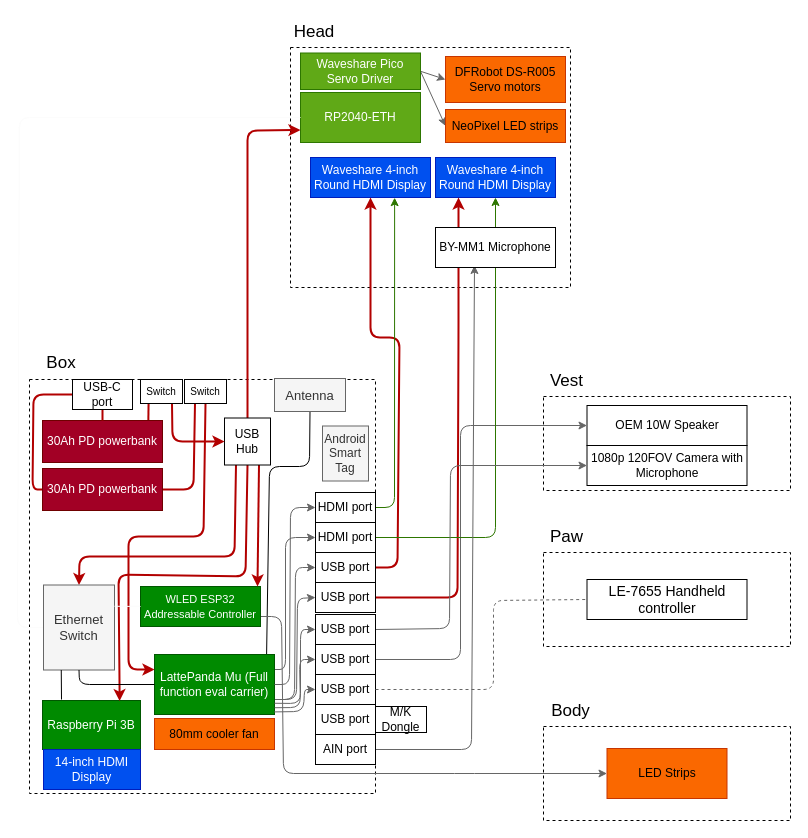
Before: Planning/Hardware.drawio in MekhyW/DYNAMO-Electronic-Fursuit-3.0, a draw.io diagram. Source tidied: cells renumbered, new cells numbered last; positions are measured from the earlier drawing's top-left corner, leaving out a move shared by most shapes. Both pictures are drawn from the tidied source at 100%, with x=0, y=0 at pixel (17, 17).
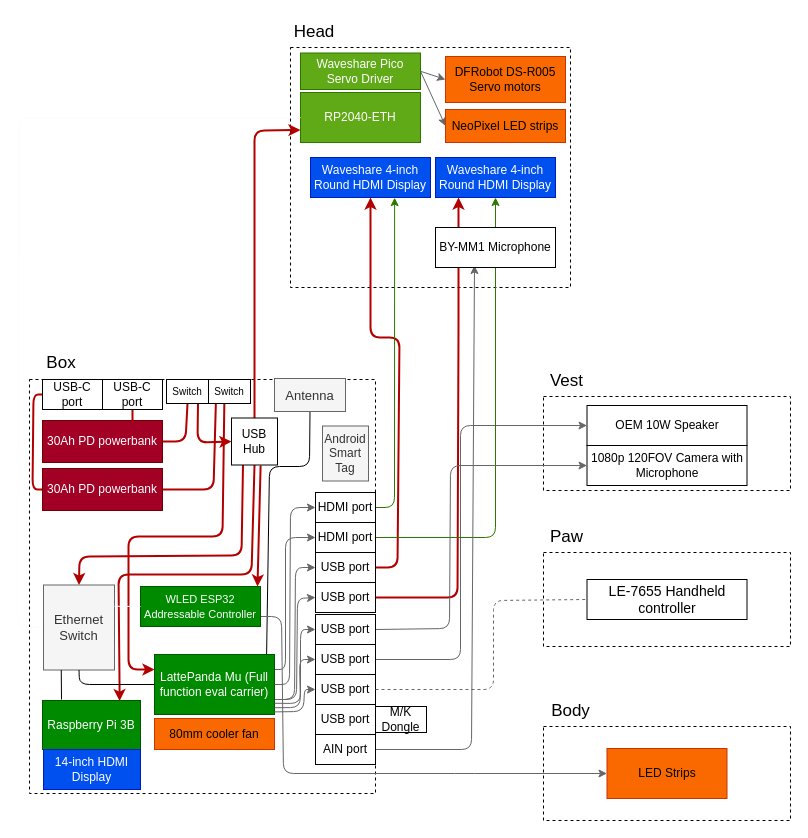
After the change.

Unchanged cells that the change refers to:
```xml
<mxCell id="6" value="RP2040-ETH" style="rounded=0;whiteSpace=wrap;html=1;fillColor=#60a917;fontColor=#ffffff;strokeColor=#2D7600;" parent="1" vertex="1">
  <mxGeometry x="283" y="75" width="120" height="50" as="geometry" />
</mxCell>
<mxCell id="12" value="30Ah PD powerbank" style="rounded=0;whiteSpace=wrap;html=1;fillColor=#a20025;fontColor=#ffffff;strokeColor=#6F0000;" parent="1" vertex="1">
  <mxGeometry x="25" y="403" width="120" height="42" as="geometry" />
</mxCell>
<mxCell id="18" value="LattePanda Mu (Full function eval carrier)" style="rounded=0;whiteSpace=wrap;html=1;fillColor=#008a00;fontColor=#ffffff;strokeColor=#005700;" parent="1" vertex="1">
  <mxGeometry x="137" y="637" width="120" height="60" as="geometry" />
</mxCell>
<mxCell id="20" value="&lt;font style=&quot;font-size: 11px;&quot;&gt;WLED ESP32 Addressable Controller&lt;/font&gt;" style="rounded=0;whiteSpace=wrap;html=1;fillColor=#008a00;fontColor=#ffffff;strokeColor=#005700;" parent="1" vertex="1">
  <mxGeometry x="123" y="569" width="120" height="40" as="geometry" />
</mxCell>
<mxCell id="51" value="Ethernet Switch" style="whiteSpace=wrap;html=1;labelBackgroundColor=none;fontSize=13;fillColor=#f5f5f5;fontColor=#333333;strokeColor=#666666;" parent="1" vertex="1">
  <mxGeometry x="26" y="567.5" width="71" height="85" as="geometry" />
</mxCell>
<mxCell id="53" value="Raspberry Pi 3B" style="rounded=0;whiteSpace=wrap;html=1;fillColor=#008a00;fontColor=#ffffff;strokeColor=#005700;" parent="1" vertex="1">
  <mxGeometry x="25" y="683" width="98" height="49" as="geometry" />
</mxCell>
<mxCell id="67" value="30Ah PD powerbank" style="rounded=0;whiteSpace=wrap;html=1;fillColor=#a20025;fontColor=#ffffff;strokeColor=#6F0000;" parent="1" vertex="1">
  <mxGeometry x="25" y="451" width="120" height="42" as="geometry" />
</mxCell>
```

What changed in the source:
```diff
@@
-    <mxCell id="10" style="edgeStyle=none;html=1;exitX=0.5;exitY=0;exitDx=0;exitDy=0;entryX=0;entryY=0.25;entryDx=0;entryDy=0;startArrow=none;fillColor=#e51400;strokeColor=#B20000;strokeWidth=2;" parent="1" edge="1" source="72" target="18">
+    <mxCell id="10" style="edgeStyle=none;html=1;exitX=0.623;exitY=0.015;exitDx=0;exitDy=0;entryX=0;entryY=0.25;entryDx=0;entryDy=0;startArrow=none;fillColor=#e51400;strokeColor=#B20000;strokeWidth=2;exitPerimeter=0;" parent="1" edge="1" source="72" target="18">
       <mxGeometry relative="1" as="geometry">
         <Array as="points">
-          <mxPoint x="186" y="519" />
+          <mxPoint x="205" y="519" />
           <mxPoint x="111" y="519" />
           <mxPoint x="111" y="652" />
         </Array>
       </mxGeometry>
     </mxCell>
-    <mxCell id="11" style="edgeStyle=none;html=1;exitX=0.882;exitY=0.01;exitDx=0;exitDy=0;entryX=0.808;entryY=-0.016;entryDx=0;entryDy=0;entryPerimeter=0;strokeColor=#B20000;strokeWidth=2;fontSize=10;endArrow=none;endFill=0;exitPerimeter=0;" parent="1" edge="1" source="12" target="71">
-      <mxGeometry relative="1" as="geometry" />
+    <mxCell id="11" style="edgeStyle=none;html=1;exitX=1;exitY=0.5;exitDx=0;exitDy=0;entryX=0.5;entryY=0;entryDx=0;entryDy=0;strokeColor=#B20000;strokeWidth=2;fontSize=10;endArrow=none;endFill=0;" parent="1" edge="1" source="12" target="71">
+      <mxGeometry relative="1" as="geometry">
+        <Array as="points">
+          <mxPoint x="168" y="424" />
+        </Array>
+      </mxGeometry>
     </mxCell>
@@
     <mxCell id="44" style="edgeStyle=none;html=1;exitX=0.25;exitY=1;exitDx=0;exitDy=0;entryX=0.5;entryY=0;entryDx=0;entryDy=0;strokeColor=#B20000;fontSize=13;endArrow=classic;endFill=1;fillColor=#a20025;strokeWidth=2;" parent="1" edge="1" source="69" target="51">
       <mxGeometry relative="1" as="geometry">
         <Array as="points">
-          <mxPoint x="217" y="539" />
+          <mxPoint x="224" y="538" />
           <mxPoint x="62" y="539" />
         </Array>
       </mxGeometry>
     </mxCell>
     <mxCell id="45" style="edgeStyle=none;html=1;exitX=0.5;exitY=0;exitDx=0;exitDy=0;entryX=0;entryY=0.75;entryDx=0;entryDy=0;endArrow=classic;endFill=1;strokeColor=#B20000;strokeWidth=2;" parent="1" edge="1" source="69" target="6">
       <mxGeometry relative="1" as="geometry">
         <Array as="points">
-          <mxPoint x="230" y="113" />
+          <mxPoint x="237" y="113" />
         </Array>
       </mxGeometry>
     </mxCell>
@@
     <mxCell id="55" style="edgeStyle=none;html=1;exitX=0.5;exitY=1;exitDx=0;exitDy=0;startArrow=none;fillColor=#e51400;strokeColor=#B20000;strokeWidth=2;entryX=0.787;entryY=0.012;entryDx=0;entryDy=0;entryPerimeter=0;" parent="1" edge="1" source="69" target="53">
       <mxGeometry relative="1" as="geometry">
         <Array as="points">
-          <mxPoint x="228" y="559" />
+          <mxPoint x="234" y="557" />
           <mxPoint x="101" y="557" />
           <mxPoint x="102" y="663" />
         </Array>
       </mxGeometry>
     </mxCell>
@@
-    <mxCell id="65" style="edgeStyle=none;html=1;exitX=1;exitY=0.5;exitDx=0;exitDy=0;entryX=0.75;entryY=0;entryDx=0;entryDy=0;strokeColor=#B20000;strokeWidth=2;fontSize=10;endArrow=none;endFill=0;" parent="1" edge="1" source="67" target="72">
+    <mxCell id="65" style="edgeStyle=none;html=1;exitX=1;exitY=0.5;exitDx=0;exitDy=0;entryX=0.825;entryY=0.004;entryDx=0;entryDy=0;strokeColor=#B20000;strokeWidth=2;fontSize=10;endArrow=none;endFill=0;entryPerimeter=0;" parent="1" edge="1" source="67" target="72">
       <mxGeometry relative="1" as="geometry">
         <Array as="points">
-          <mxPoint x="176" y="472" />
+          <mxPoint x="196" y="472" />
         </Array>
       </mxGeometry>
     </mxCell>
@@
-    <mxCell id="68" style="edgeStyle=none;html=1;exitX=0.75;exitY=1;exitDx=0;exitDy=0;strokeColor=#B20000;strokeWidth=2;entryX=0.975;entryY=0;entryDx=0;entryDy=0;entryPerimeter=0;" parent="1" edge="1" source="69" target="20">
+    <mxCell id="68" style="edgeStyle=none;html=1;exitX=0.633;exitY=1.012;exitDx=0;exitDy=0;strokeColor=#B20000;strokeWidth=2;entryX=0.975;entryY=0;entryDx=0;entryDy=0;entryPerimeter=0;exitPerimeter=0;" parent="1" edge="1" source="69" target="20">
       <mxGeometry relative="1" as="geometry" />
     </mxCell>
     <mxCell id="69" value="USB Hub" style="rounded=0;whiteSpace=wrap;html=1;" parent="1" vertex="1">
-      <mxGeometry x="207" y="400.5" width="46" height="47" as="geometry" />
+      <mxGeometry x="214" y="400.5" width="46" height="47" as="geometry" />
     </mxCell>
     <mxCell id="70" style="edgeStyle=none;html=1;exitX=0.25;exitY=0;exitDx=0;exitDy=0;entryX=0;entryY=0.5;entryDx=0;entryDy=0;strokeColor=#B20000;strokeWidth=2;fontSize=10;endArrow=classic;endFill=1;" parent="1" edge="1" source="71" target="69">
       <mxGeometry relative="1" as="geometry">
         <Array as="points">
-          <mxPoint x="155" y="424" />
+          <mxPoint x="180" y="425" />
         </Array>
       </mxGeometry>
     </mxCell>
     <mxCell id="71" value="&lt;span style=&quot;font-size: 10px;&quot;&gt;Switch&lt;/span&gt;" style="rounded=0;whiteSpace=wrap;html=1;direction=west;" parent="1" vertex="1">
-      <mxGeometry x="123" y="362" width="42" height="24" as="geometry" />
+      <mxGeometry x="149" y="362" width="42" height="24" as="geometry" />
     </mxCell>
     <mxCell id="72" value="&lt;span style=&quot;font-size: 10px;&quot;&gt;Switch&lt;/span&gt;" style="rounded=0;whiteSpace=wrap;html=1;direction=west;" parent="1" vertex="1">
-      <mxGeometry x="167" y="362" width="42" height="24" as="geometry" />
+      <mxGeometry x="191" y="362" width="42" height="24" as="geometry" />
     </mxCell>
-    <mxCell id="73" style="edgeStyle=none;html=1;exitX=0.5;exitY=1;exitDx=0;exitDy=0;entryX=0.5;entryY=0;entryDx=0;entryDy=0;strokeColor=#B20000;strokeWidth=2;fontSize=10;endArrow=none;endFill=0;" parent="1" edge="1" source="74" target="12">
+    <mxCell id="73" style="edgeStyle=none;html=1;exitX=0.5;exitY=1;exitDx=0;exitDy=0;entryX=0.75;entryY=0;entryDx=0;entryDy=0;strokeColor=#B20000;strokeWidth=2;fontSize=10;endArrow=none;endFill=0;" parent="1" edge="1" source="80" target="12">
       <mxGeometry relative="1" as="geometry" />
     </mxCell>
     <mxCell id="74" value="USB-C port" style="rounded=0;whiteSpace=wrap;html=1;" parent="1" vertex="1">
-      <mxGeometry x="55" y="362" width="60" height="30" as="geometry" />
+      <mxGeometry x="25" y="362" width="60" height="30" as="geometry" />
     </mxCell>
@@
+    <mxCell id="80" value="USB-C port" style="rounded=0;whiteSpace=wrap;html=1;" parent="1" vertex="1">
+      <mxGeometry x="85" y="362" width="60" height="30" as="geometry" />
+    </mxCell>
```
